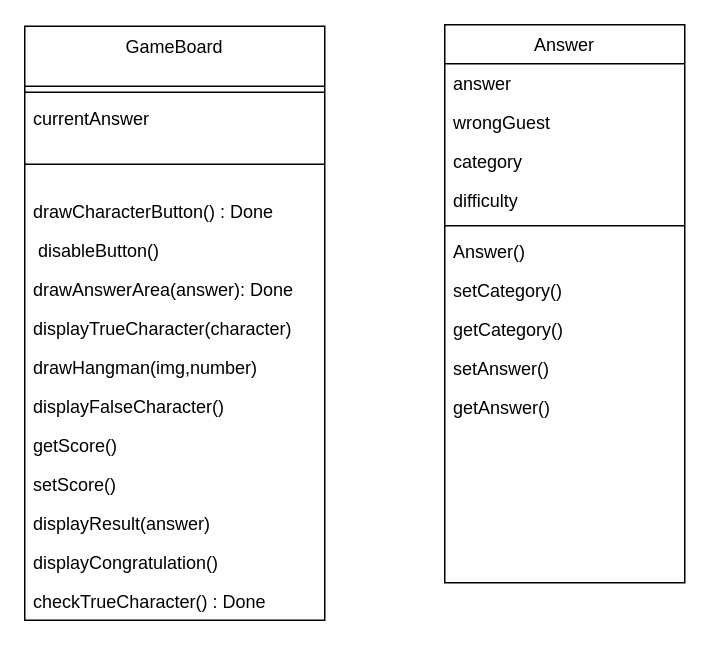
Earlier version of the draw.io diagram Class Diagram.drawio (Thuvh94/Module1-CaseStudy). Source tidied: cells renumbered, new cells numbered last; positions are measured from the earlier drawing's top-left corner, leaving out a move shared by most shapes. Both pictures are drawn from the tidied source at 150%, with x=0, y=0 at pixel (24, 24).
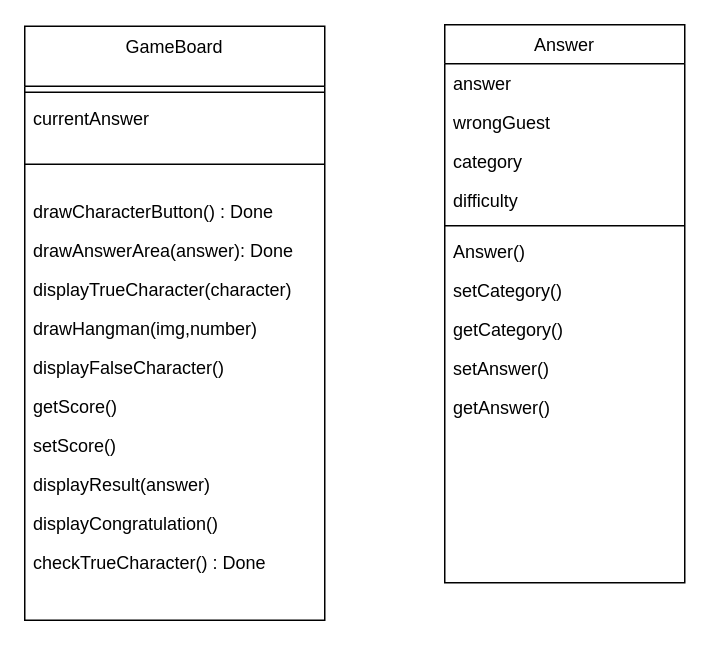
After the change.

The change refers to these unchanged cells:
```xml
<mxCell id="2" value="GameBoard" style="swimlane;fontStyle=0;align=center;verticalAlign=top;horizontal=1;startSize=40;rounded=0;shadow=0;strokeWidth=1;" parent="1" vertex="1">
  <mxGeometry y="1" width="200" height="396" as="geometry" />
</mxCell>
```

What changed in the source:
```diff
@@
-    <mxCell id="7" value=" disableButton()" style="text;align=left;verticalAlign=top;spacingLeft=4;spacingRight=4;overflow=hidden;" parent="2" vertex="1">
-      <mxGeometry y="136" width="200" height="26" as="geometry" />
-    </mxCell>
     <mxCell id="8" value="drawAnswerArea(answer): Done" style="text;align=left;verticalAlign=top;spacingLeft=4;spacingRight=4;overflow=hidden;" parent="2" vertex="1">
-      <mxGeometry y="162" width="200" height="26" as="geometry" />
+      <mxGeometry y="136" width="200" height="26" as="geometry" />
     </mxCell>
     <mxCell id="9" value="displayTrueCharacter(character)" style="text;align=left;verticalAlign=top;spacingLeft=4;spacingRight=4;overflow=hidden;" parent="2" vertex="1">
-      <mxGeometry y="188" width="200" height="26" as="geometry" />
+      <mxGeometry y="162" width="200" height="26" as="geometry" />
     </mxCell>
     <mxCell id="10" value="drawHangman(img,number)" style="text;align=left;verticalAlign=top;spacingLeft=4;spacingRight=4;overflow=hidden;" parent="2" vertex="1">
-      <mxGeometry y="214" width="200" height="26" as="geometry" />
+      <mxGeometry y="188" width="200" height="26" as="geometry" />
     </mxCell>
     <mxCell id="11" value="displayFalseCharacter()" style="text;align=left;verticalAlign=top;spacingLeft=4;spacingRight=4;overflow=hidden;" parent="2" vertex="1">
-      <mxGeometry y="240" width="200" height="26" as="geometry" />
+      <mxGeometry y="214" width="200" height="26" as="geometry" />
     </mxCell>
     <mxCell id="12" value="getScore()" style="text;align=left;verticalAlign=top;spacingLeft=4;spacingRight=4;overflow=hidden;" parent="2" vertex="1">
-      <mxGeometry y="266" width="200" height="26" as="geometry" />
+      <mxGeometry y="240" width="200" height="26" as="geometry" />
     </mxCell>
     <mxCell id="13" value="setScore()" style="text;align=left;verticalAlign=top;spacingLeft=4;spacingRight=4;overflow=hidden;" parent="2" vertex="1">
-      <mxGeometry y="292" width="200" height="26" as="geometry" />
+      <mxGeometry y="266" width="200" height="26" as="geometry" />
     </mxCell>
     <mxCell id="14" value="displayResult(answer)" style="text;align=left;verticalAlign=top;spacingLeft=4;spacingRight=4;overflow=hidden;" parent="2" vertex="1">
-      <mxGeometry y="318" width="200" height="26" as="geometry" />
+      <mxGeometry y="292" width="200" height="26" as="geometry" />
     </mxCell>
     <mxCell id="15" value="displayCongratulation()" style="text;align=left;verticalAlign=top;spacingLeft=4;spacingRight=4;overflow=hidden;" parent="2" vertex="1">
-      <mxGeometry y="344" width="200" height="26" as="geometry" />
+      <mxGeometry y="318" width="200" height="26" as="geometry" />
     </mxCell>
     <mxCell id="16" value="checkTrueCharacter() : Done" style="text;align=left;verticalAlign=top;spacingLeft=4;spacingRight=4;overflow=hidden;" parent="2" vertex="1">
-      <mxGeometry y="370" width="200" height="26" as="geometry" />
+      <mxGeometry y="344" width="200" height="26" as="geometry" />
     </mxCell>
```
